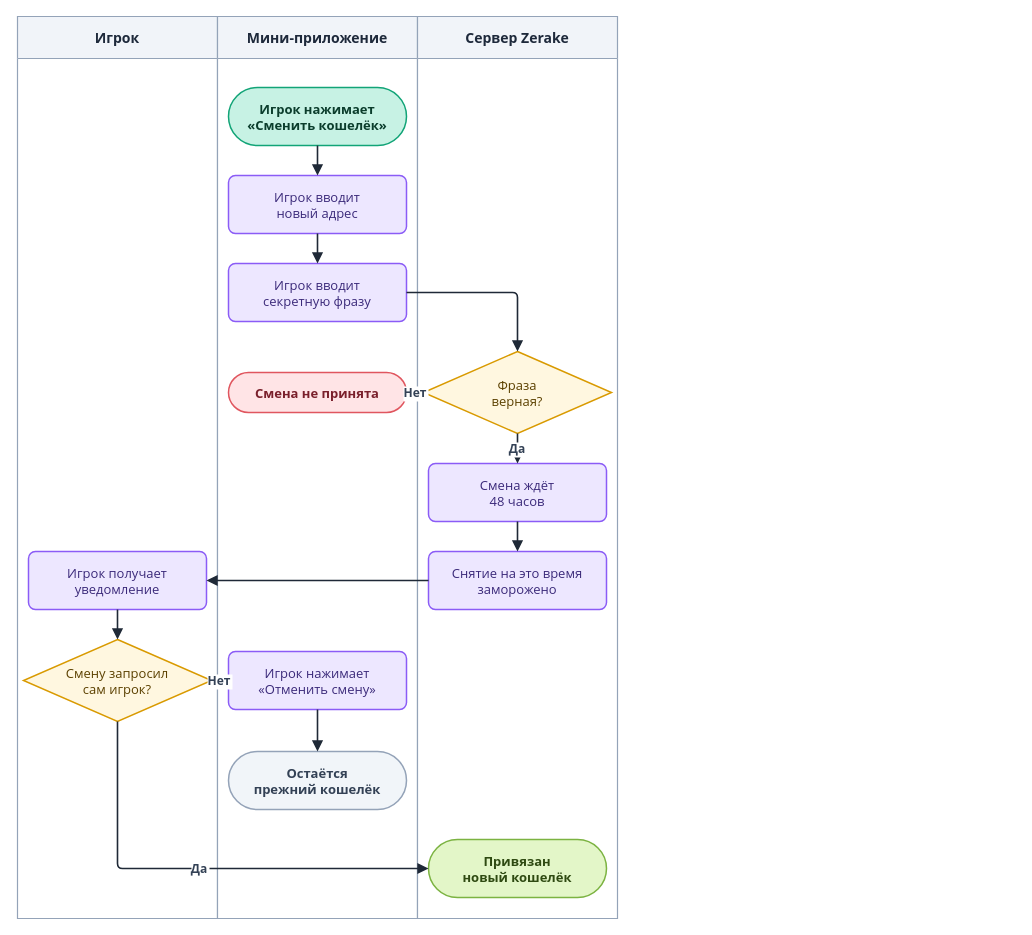
LILSUFFER/zerake-docs keeps this draw.io diagram as diagrams/drawio/recovery.drawio. Above is the earlier version. Source tidied: cells renumbered, new cells numbered last; positions are measured from the earlier drawing's top-left corner, leaving out a move shared by most shapes. Both pictures are drawn from the tidied source at 100%, with x=0, y=0 at pixel (17, 16).
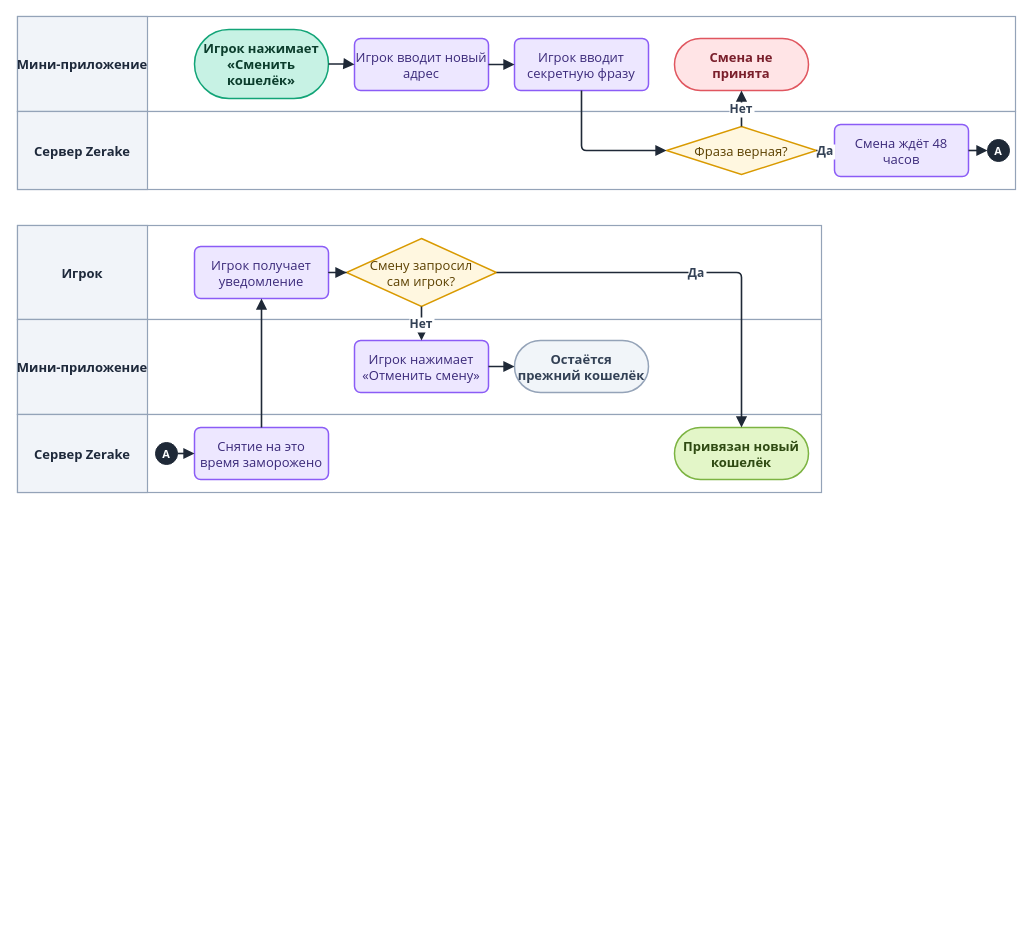
The same diagram, later.

Change to the diagram source:
```diff
@@
+    <mxCell id="28" style="rounded=0;html=0;fillColor=#FFFFFF;strokeColor=#94A3B8;strokeWidth=1.2;" parent="1" vertex="1">
+      <mxGeometry width="998" height="95" as="geometry" />
+    </mxCell>
+    <mxCell id="29" value="Мини-приложение" style="rounded=0;html=0;fillColor=#F1F4F9;strokeColor=#94A3B8;strokeWidth=1.2;fontColor=#1E293B;fontStyle=1;fontSize=13;fontFamily=Segoe UI;align=center;verticalAlign=middle;" parent="1" vertex="1">
+      <mxGeometry width="130" height="95" as="geometry" />
+    </mxCell>
+    <mxCell id="30" style="rounded=0;html=0;fillColor=#FFFFFF;strokeColor=#94A3B8;strokeWidth=1.2;" parent="1" vertex="1">
+      <mxGeometry y="95" width="998" height="78" as="geometry" />
+    </mxCell>
+    <mxCell id="31" value="Сервер Zerake" style="rounded=0;html=0;fillColor=#F1F4F9;strokeColor=#94A3B8;strokeWidth=1.2;fontColor=#1E293B;fontStyle=1;fontSize=13;fontFamily=Segoe UI;align=center;verticalAlign=middle;" parent="1" vertex="1">
+      <mxGeometry y="95" width="130" height="78" as="geometry" />
+    </mxCell>
+    <mxCell id="32" style="rounded=0;html=0;fillColor=#FFFFFF;strokeColor=#94A3B8;strokeWidth=1.2;" parent="1" vertex="1">
+      <mxGeometry y="209" width="804" height="94" as="geometry" />
+    </mxCell>
-    <mxCell id="2" value="Игрок" style="swimlane;horizontal=1;startSize=42;fillColor=#F1F4F9;swimlaneFillColor=#FFFFFF;strokeColor=#94A3B8;fontColor=#1E293B;fontStyle=1;fontSize=14;fontFamily=Segoe UI;strokeWidth=1.2;" parent="1" vertex="1">
-      <mxGeometry width="200" height="902" as="geometry" />
+    <mxCell id="2" value="Игрок" style="rounded=0;html=0;fillColor=#F1F4F9;strokeColor=#94A3B8;strokeWidth=1.2;fontColor=#1E293B;fontStyle=1;fontSize=13;fontFamily=Segoe UI;align=center;verticalAlign=middle;" parent="1" vertex="1">
+      <mxGeometry y="209" width="130" height="94" as="geometry" />
     </mxCell>
-    <mxCell id="3" value="Мини-приложение" style="swimlane;horizontal=1;startSize=42;fillColor=#F1F4F9;swimlaneFillColor=#FFFFFF;strokeColor=#94A3B8;fontColor=#1E293B;fontStyle=1;fontSize=14;fontFamily=Segoe UI;strokeWidth=1.2;" parent="1" vertex="1">
-      <mxGeometry x="200" width="200" height="902" as="geometry" />
-    </mxCell>
-    <mxCell id="4" value="Сервер Zerake" style="swimlane;horizontal=1;startSize=42;fillColor=#F1F4F9;swimlaneFillColor=#FFFFFF;strokeColor=#94A3B8;fontColor=#1E293B;fontStyle=1;fontSize=14;fontFamily=Segoe UI;strokeWidth=1.2;" parent="1" vertex="1">
-      <mxGeometry x="400" width="200" height="902" as="geometry" />
-    </mxCell>
+    <mxCell id="33" style="rounded=0;html=0;fillColor=#FFFFFF;strokeColor=#94A3B8;strokeWidth=1.2;" parent="1" vertex="1">
+      <mxGeometry y="303" width="804" height="95" as="geometry" />
+    </mxCell>
+    <mxCell id="34" value="Мини-приложение" style="rounded=0;html=0;fillColor=#F1F4F9;strokeColor=#94A3B8;strokeWidth=1.2;fontColor=#1E293B;fontStyle=1;fontSize=13;fontFamily=Segoe UI;align=center;verticalAlign=middle;" parent="1" vertex="1">
+      <mxGeometry y="303" width="130" height="95" as="geometry" />
+    </mxCell>
+    <mxCell id="35" style="rounded=0;html=0;fillColor=#FFFFFF;strokeColor=#94A3B8;strokeWidth=1.2;" parent="1" vertex="1">
+      <mxGeometry y="398" width="804" height="78" as="geometry" />
+    </mxCell>
+    <mxCell id="36" value="Сервер Zerake" style="rounded=0;html=0;fillColor=#F1F4F9;strokeColor=#94A3B8;strokeWidth=1.2;fontColor=#1E293B;fontStyle=1;fontSize=13;fontFamily=Segoe UI;align=center;verticalAlign=middle;" parent="1" vertex="1">
+      <mxGeometry y="398" width="130" height="78" as="geometry" />
+    </mxCell>
-    <mxCell id="5" value="Игрок нажимает&#10;«Сменить кошелёк»" style="rounded=1;arcSize=50;html=0;fontStyle=1;fillColor=#C7F2E4;strokeColor=#12A477;fontColor=#0B3D2C;fontFamily=Segoe UI;fontSize=13;strokeWidth=1.5;" parent="1" vertex="1">
-      <mxGeometry x="211" y="71" width="178" height="58" as="geometry" />
+    <mxCell id="5" value="Игрок нажимает&#10;«Сменить&#10;кошелёк»" style="rounded=1;arcSize=50;html=0;fontStyle=1;fillColor=#C7F2E4;strokeColor=#12A477;fontColor=#0B3D2C;fontFamily=Segoe UI;fontSize=13;strokeWidth=1.5;" parent="1" vertex="1">
+      <mxGeometry x="177" y="13" width="134" height="69" as="geometry" />
     </mxCell>
-    <mxCell id="6" value="Игрок вводит&#10;новый адрес" style="rounded=1;arcSize=12;html=0;fillColor=#EDE7FF;strokeColor=#8B5CF6;fontColor=#3B2A7A;fontFamily=Segoe UI;fontSize=13;strokeWidth=1.5;" parent="1" vertex="1">
-      <mxGeometry x="211" y="159" width="178" height="58" as="geometry" />
+    <mxCell id="6" value="Игрок вводит новый&#10;адрес" style="rounded=1;arcSize=12;html=0;fillColor=#EDE7FF;strokeColor=#8B5CF6;fontColor=#3B2A7A;fontFamily=Segoe UI;fontSize=13;strokeWidth=1.5;" parent="1" vertex="1">
+      <mxGeometry x="337" y="22" width="134" height="52" as="geometry" />
     </mxCell>
     <mxCell id="7" value="Игрок вводит&#10;секретную фразу" style="rounded=1;arcSize=12;html=0;fillColor=#EDE7FF;strokeColor=#8B5CF6;fontColor=#3B2A7A;fontFamily=Segoe UI;fontSize=13;strokeWidth=1.5;" parent="1" vertex="1">
-      <mxGeometry x="211" y="247" width="178" height="58" as="geometry" />
+      <mxGeometry x="497" y="22" width="134" height="52" as="geometry" />
     </mxCell>
-    <mxCell id="8" value="Фраза&#10;верная?" style="rhombus;html=0;fillColor=#FFF7E0;strokeColor=#D99A00;fontColor=#5C4100;fontFamily=Segoe UI;fontSize=13;strokeWidth=1.5;" parent="1" vertex="1">
-      <mxGeometry x="406" y="335" width="188" height="82" as="geometry" />
+    <mxCell id="8" value="Фраза верная?" style="rhombus;html=0;fillColor=#FFF7E0;strokeColor=#D99A00;fontColor=#5C4100;fontFamily=Segoe UI;fontSize=13;strokeWidth=1.5;" parent="1" vertex="1">
+      <mxGeometry x="649" y="110" width="150" height="48" as="geometry" />
     </mxCell>
-    <mxCell id="9" value="Смена не принята" style="rounded=1;arcSize=50;html=0;fontStyle=1;fillColor=#FFE4E6;strokeColor=#E0565F;fontColor=#7A1F2B;fontFamily=Segoe UI;fontSize=13;strokeWidth=1.5;" parent="1" vertex="1">
-      <mxGeometry x="211" y="356" width="178" height="40" as="geometry" />
+    <mxCell id="9" value="Смена не&#10;принята" style="rounded=1;arcSize=50;html=0;fontStyle=1;fillColor=#FFE4E6;strokeColor=#E0565F;fontColor=#7A1F2B;fontFamily=Segoe UI;fontSize=13;strokeWidth=1.5;" parent="1" vertex="1">
+      <mxGeometry x="657" y="22" width="134" height="52" as="geometry" />
     </mxCell>
-    <mxCell id="10" value="Смена ждёт&#10;48 часов" style="rounded=1;arcSize=12;html=0;fillColor=#EDE7FF;strokeColor=#8B5CF6;fontColor=#3B2A7A;fontFamily=Segoe UI;fontSize=13;strokeWidth=1.5;" parent="1" vertex="1">
-      <mxGeometry x="411" y="447" width="178" height="58" as="geometry" />
+    <mxCell id="10" value="Смена ждёт 48&#10;часов" style="rounded=1;arcSize=12;html=0;fillColor=#EDE7FF;strokeColor=#8B5CF6;fontColor=#3B2A7A;fontFamily=Segoe UI;fontSize=13;strokeWidth=1.5;" parent="1" vertex="1">
+      <mxGeometry x="817" y="108" width="134" height="52" as="geometry" />
     </mxCell>
-    <mxCell id="11" value="Снятие на это время&#10;заморожено" style="rounded=1;arcSize=12;html=0;fillColor=#EDE7FF;strokeColor=#8B5CF6;fontColor=#3B2A7A;fontFamily=Segoe UI;fontSize=13;strokeWidth=1.5;" parent="1" vertex="1">
-      <mxGeometry x="411" y="535" width="178" height="58" as="geometry" />
+    <mxCell id="11" value="Снятие на это&#10;время заморожено" style="rounded=1;arcSize=12;html=0;fillColor=#EDE7FF;strokeColor=#8B5CF6;fontColor=#3B2A7A;fontFamily=Segoe UI;fontSize=13;strokeWidth=1.5;" parent="1" vertex="1">
+      <mxGeometry x="177" y="411" width="134" height="52" as="geometry" />
     </mxCell>
     <mxCell id="12" value="Игрок получает&#10;уведомление" style="rounded=1;arcSize=12;html=0;fillColor=#EDE7FF;strokeColor=#8B5CF6;fontColor=#3B2A7A;fontFamily=Segoe UI;fontSize=13;strokeWidth=1.5;" parent="1" vertex="1">
-      <mxGeometry x="11" y="535" width="178" height="58" as="geometry" />
+      <mxGeometry x="177" y="230" width="134" height="52" as="geometry" />
     </mxCell>
     <mxCell id="13" value="Смену запросил&#10;сам игрок?" style="rhombus;html=0;fillColor=#FFF7E0;strokeColor=#D99A00;fontColor=#5C4100;fontFamily=Segoe UI;fontSize=13;strokeWidth=1.5;" parent="1" vertex="1">
-      <mxGeometry x="6" y="623" width="188" height="82" as="geometry" />
+      <mxGeometry x="329" y="222" width="150" height="68" as="geometry" />
     </mxCell>
     <mxCell id="14" value="Игрок нажимает&#10;«Отменить смену»" style="rounded=1;arcSize=12;html=0;fillColor=#EDE7FF;strokeColor=#8B5CF6;fontColor=#3B2A7A;fontFamily=Segoe UI;fontSize=13;strokeWidth=1.5;" parent="1" vertex="1">
-      <mxGeometry x="211" y="635" width="178" height="58" as="geometry" />
+      <mxGeometry x="337" y="324" width="134" height="52" as="geometry" />
     </mxCell>
     <mxCell id="15" value="Остаётся&#10;прежний кошелёк" style="rounded=1;arcSize=50;html=0;fontStyle=1;fillColor=#F1F5F9;strokeColor=#94A3B8;fontColor=#334155;fontFamily=Segoe UI;fontSize=13;strokeWidth=1.5;" parent="1" vertex="1">
-      <mxGeometry x="211" y="735" width="178" height="58" as="geometry" />
+      <mxGeometry x="497" y="324" width="134" height="52" as="geometry" />
     </mxCell>
-    <mxCell id="16" value="Привязан&#10;новый кошелёк" style="rounded=1;arcSize=50;html=0;fontStyle=1;fillColor=#E3F6C8;strokeColor=#7CB342;fontColor=#2F4A12;fontFamily=Segoe UI;fontSize=13;strokeWidth=1.5;" parent="1" vertex="1">
-      <mxGeometry x="411" y="823" width="178" height="58" as="geometry" />
+    <mxCell id="16" value="Привязан новый&#10;кошелёк" style="rounded=1;arcSize=50;html=0;fontStyle=1;fillColor=#E3F6C8;strokeColor=#7CB342;fontColor=#2F4A12;fontFamily=Segoe UI;fontSize=13;strokeWidth=1.5;" parent="1" vertex="1">
+      <mxGeometry x="657" y="411" width="134" height="52" as="geometry" />
     </mxCell>
@@
-    <mxCell id="19" style="edgeStyle=orthogonalEdgeStyle;rounded=1;arcSize=10;jettySize=auto;html=0;strokeColor=#1F2937;strokeWidth=1.6;endArrow=block;endFill=1;endSize=7;fontFamily=Segoe UI;fontSize=12;fontStyle=1;fontColor=#334155;labelBackgroundColor=#FFFFFF;" parent="1" edge="1" source="7" target="8">
+    <mxCell id="19" style="edgeStyle=orthogonalEdgeStyle;rounded=1;arcSize=10;jettySize=auto;html=0;strokeColor=#1F2937;strokeWidth=1.6;endArrow=block;endFill=1;endSize=7;fontFamily=Segoe UI;fontSize=12;fontStyle=1;fontColor=#334155;labelBackgroundColor=#FFFFFF;exitX=0.5;exitY=1;entryX=0;entryY=0.5;" parent="1" edge="1" source="7" target="8">
       <mxGeometry relative="1" as="geometry" />
     </mxCell>
@@
+    <mxCell id="37" value="A" style="ellipse;html=0;fillColor=#1F2937;strokeColor=#1F2937;fontColor=#FFFFFF;fontStyle=1;fontSize=11;fontFamily=Segoe UI;" parent="1" vertex="1">
+      <mxGeometry x="970" y="123" width="22" height="22" as="geometry" />
+    </mxCell>
+    <mxCell id="38" value="A" style="ellipse;html=0;fillColor=#1F2937;strokeColor=#1F2937;fontColor=#FFFFFF;fontStyle=1;fontSize=11;fontFamily=Segoe UI;" parent="1" vertex="1">
+      <mxGeometry x="138" y="426" width="22" height="22" as="geometry" />
+    </mxCell>
-    <mxCell id="22" style="edgeStyle=orthogonalEdgeStyle;rounded=1;arcSize=10;jettySize=auto;html=0;strokeColor=#1F2937;strokeWidth=1.6;endArrow=block;endFill=1;endSize=7;fontFamily=Segoe UI;fontSize=12;fontStyle=1;fontColor=#334155;labelBackgroundColor=#FFFFFF;" parent="1" edge="1" source="10" target="11">
+    <mxCell id="22" style="edgeStyle=orthogonalEdgeStyle;rounded=1;arcSize=10;jettySize=auto;html=0;strokeColor=#1F2937;strokeWidth=1.6;endArrow=block;endFill=1;endSize=7;fontFamily=Segoe UI;fontSize=12;fontStyle=1;fontColor=#334155;labelBackgroundColor=#FFFFFF;exitX=1;exitY=0.5;entryX=0;entryY=0.5;" parent="1" edge="1" source="10" target="37">
       <mxGeometry relative="1" as="geometry" />
     </mxCell>
+    <mxCell id="39" style="edgeStyle=orthogonalEdgeStyle;rounded=1;arcSize=10;jettySize=auto;html=0;strokeColor=#1F2937;strokeWidth=1.6;endArrow=block;endFill=1;endSize=7;fontFamily=Segoe UI;fontSize=12;fontStyle=1;fontColor=#334155;labelBackgroundColor=#FFFFFF;exitX=1;exitY=0.5;entryX=0;entryY=0.5;" parent="1" edge="1" source="38" target="11">
+      <mxGeometry relative="1" as="geometry" />
+    </mxCell>
@@
-    <mxCell id="27" value="Да" style="edgeStyle=orthogonalEdgeStyle;rounded=1;arcSize=10;jettySize=auto;html=0;strokeColor=#1F2937;strokeWidth=1.6;endArrow=block;endFill=1;endSize=7;fontFamily=Segoe UI;fontSize=12;fontStyle=1;fontColor=#334155;labelBackgroundColor=#FFFFFF;exitX=0.5;exitY=1;entryX=0;entryY=0.5;" parent="1" edge="1" source="13" target="16">
+    <mxCell id="27" value="Да" style="edgeStyle=orthogonalEdgeStyle;rounded=1;arcSize=10;jettySize=auto;html=0;strokeColor=#1F2937;strokeWidth=1.6;endArrow=block;endFill=1;endSize=7;fontFamily=Segoe UI;fontSize=12;fontStyle=1;fontColor=#334155;labelBackgroundColor=#FFFFFF;exitX=1;exitY=0.5;entryX=0.5;entryY=0;" parent="1" edge="1" source="13" target="16">
       <mxGeometry relative="1" as="geometry" />
     </mxCell>
```
